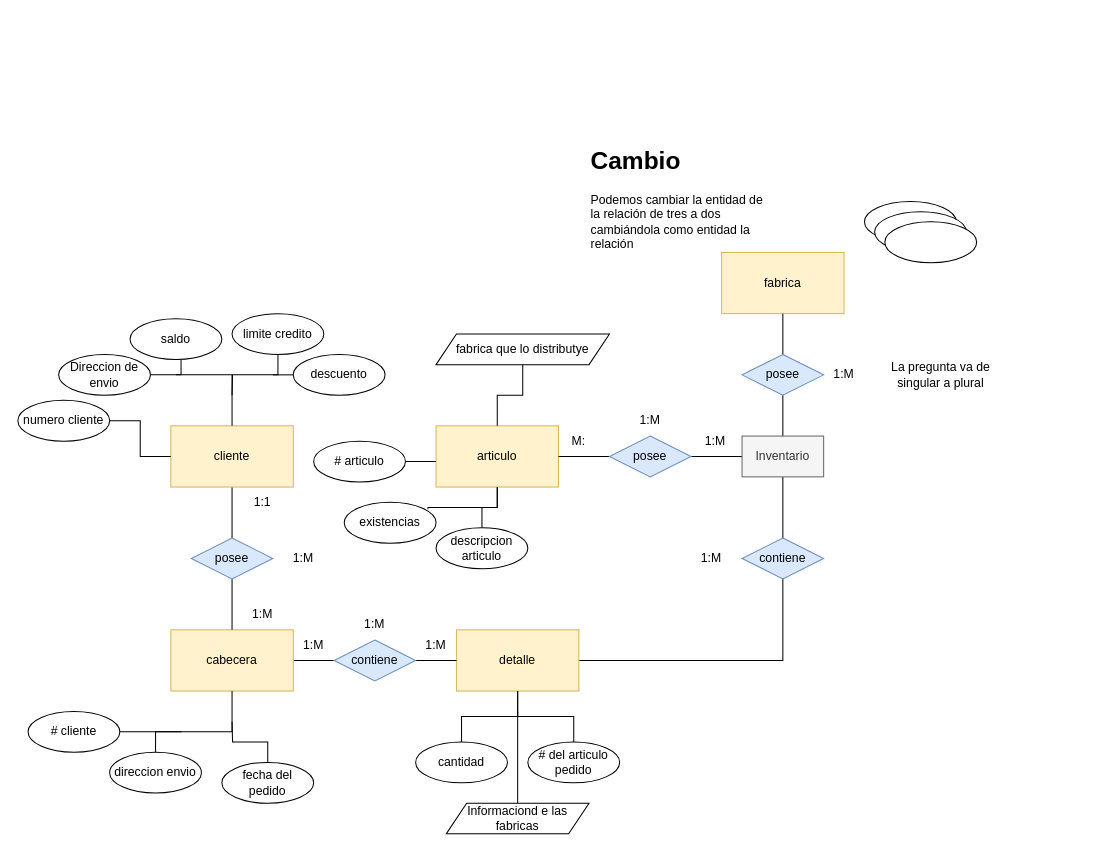
Mundrack/Base-de-datos keeps this draw.io diagram as Empresaejercicio1.drawio. Above is the earlier version. Source tidied: cells renumbered, new cells numbered last; positions are measured from the earlier drawing's top-left corner, leaving out a move shared by most shapes. Both pictures are drawn from the tidied source at 102%, with x=0, y=0 at pixel (17, 140).
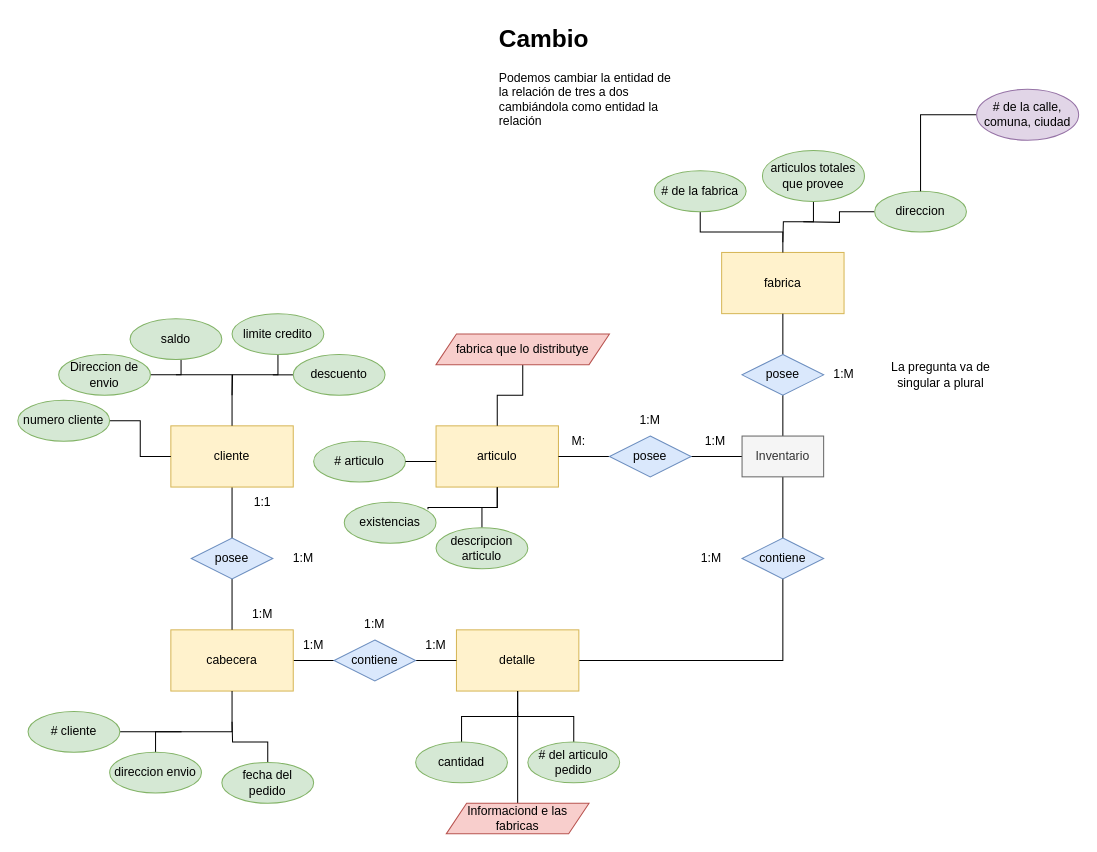
Above is the later version.

The change refers to these unchanged cells:
```xml
<mxCell id="4" value="fabrica" style="rounded=0;whiteSpace=wrap;html=1;fillColor=#fff2cc;strokeColor=#d6b656;" parent="1" vertex="1">
  <mxGeometry x="690" y="110" width="120" height="60" as="geometry" />
</mxCell>
```

The edit, as a diff of the source:
```diff
@@
-    <mxCell id="26" value="limite credito" style="ellipse;whiteSpace=wrap;html=1;" parent="1" vertex="1">
+    <mxCell id="26" value="limite credito" style="ellipse;whiteSpace=wrap;html=1;fillColor=#d5e8d4;strokeColor=#82b366;" parent="1" vertex="1">
       <mxGeometry x="210" y="170" width="90" height="40" as="geometry" />
     </mxCell>
@@
-    <mxCell id="28" value="saldo" style="ellipse;whiteSpace=wrap;html=1;" parent="1" vertex="1">
+    <mxCell id="28" value="saldo" style="ellipse;whiteSpace=wrap;html=1;fillColor=#d5e8d4;strokeColor=#82b366;" parent="1" vertex="1">
       <mxGeometry x="110" y="175" width="90" height="40" as="geometry" />
     </mxCell>
@@
-    <mxCell id="30" value="Direccion de envio" style="ellipse;whiteSpace=wrap;html=1;" parent="1" vertex="1">
+    <mxCell id="30" value="Direccion de envio" style="ellipse;whiteSpace=wrap;html=1;fillColor=#d5e8d4;strokeColor=#82b366;" parent="1" vertex="1">
       <mxGeometry x="40" y="210" width="90" height="40" as="geometry" />
     </mxCell>
@@
-    <mxCell id="32" value="numero cliente" style="ellipse;whiteSpace=wrap;html=1;" parent="1" vertex="1">
+    <mxCell id="32" value="numero cliente" style="ellipse;whiteSpace=wrap;html=1;fillColor=#d5e8d4;strokeColor=#82b366;" parent="1" vertex="1">
       <mxGeometry y="255" width="90" height="40" as="geometry" />
     </mxCell>
-    <mxCell id="33" value="# articulo" style="ellipse;whiteSpace=wrap;html=1;" parent="1" vertex="1">
+    <mxCell id="33" value="# articulo" style="ellipse;whiteSpace=wrap;html=1;fillColor=#d5e8d4;strokeColor=#82b366;" parent="1" vertex="1">
       <mxGeometry x="290" y="295" width="90" height="40" as="geometry" />
     </mxCell>
-    <mxCell id="34" value="existencias" style="ellipse;whiteSpace=wrap;html=1;" parent="1" vertex="1">
+    <mxCell id="34" value="existencias" style="ellipse;whiteSpace=wrap;html=1;fillColor=#d5e8d4;strokeColor=#82b366;" parent="1" vertex="1">
       <mxGeometry x="320" y="355" width="90" height="40" as="geometry" />
     </mxCell>
-    <mxCell id="35" value="descripcion articulo" style="ellipse;whiteSpace=wrap;html=1;" parent="1" vertex="1">
+    <mxCell id="35" value="descripcion articulo" style="ellipse;whiteSpace=wrap;html=1;fillColor=#d5e8d4;strokeColor=#82b366;" parent="1" vertex="1">
       <mxGeometry x="410" y="380" width="90" height="40" as="geometry" />
     </mxCell>
@@
-    <mxCell id="37" value="# cliente" style="ellipse;whiteSpace=wrap;html=1;" parent="1" vertex="1">
+    <mxCell id="37" value="# cliente" style="ellipse;whiteSpace=wrap;html=1;fillColor=#d5e8d4;strokeColor=#82b366;" parent="1" vertex="1">
       <mxGeometry x="10" y="560" width="90" height="40" as="geometry" />
     </mxCell>
@@
-    <mxCell id="39" value="direccion envio" style="ellipse;whiteSpace=wrap;html=1;" parent="1" vertex="1">
+    <mxCell id="39" value="direccion envio" style="ellipse;whiteSpace=wrap;html=1;fillColor=#d5e8d4;strokeColor=#82b366;" parent="1" vertex="1">
       <mxGeometry x="90" y="600" width="90" height="40" as="geometry" />
     </mxCell>
@@
-    <mxCell id="41" value="fecha del pedido" style="ellipse;whiteSpace=wrap;html=1;" parent="1" vertex="1">
+    <mxCell id="41" value="fecha del pedido" style="ellipse;whiteSpace=wrap;html=1;fillColor=#d5e8d4;strokeColor=#82b366;" parent="1" vertex="1">
       <mxGeometry x="200" y="610" width="90" height="40" as="geometry" />
     </mxCell>
+    <mxCell id="67" style="edgeStyle=orthogonalEdgeStyle;rounded=0;jettySize=auto;html=1;endArrow=none;endFill=0;" parent="1" edge="1" source="42">
+      <mxGeometry relative="1" as="geometry">
+        <mxPoint x="770" y="80" as="targetPoint" />
+      </mxGeometry>
+    </mxCell>
-    <mxCell id="42" style="ellipse;whiteSpace=wrap;html=1;" parent="1" vertex="1">
-      <mxGeometry x="830" y="60" width="90" height="40" as="geometry" />
+    <mxCell id="42" value="direccion" style="ellipse;whiteSpace=wrap;html=1;fillColor=#d5e8d4;strokeColor=#82b366;" parent="1" vertex="1">
+      <mxGeometry x="840" y="50" width="90" height="40" as="geometry" />
     </mxCell>
     <mxCell id="43" value="&lt;h1 style=&quot;margin-top: 0px;&quot;&gt;&lt;span style=&quot;background-color: initial;&quot;&gt;Cambio&lt;/span&gt;&lt;br&gt;&lt;/h1&gt;&lt;div&gt;&lt;span style=&quot;background-color: initial;&quot;&gt;Podemos cambiar la entidad de la relación de tres a dos&amp;nbsp;&lt;/span&gt;&lt;/div&gt;&lt;div&gt;&lt;span style=&quot;background-color: initial;&quot;&gt;cambiándola como entidad la relación&lt;/span&gt;&lt;/div&gt;&lt;div&gt;&lt;span style=&quot;background-color: initial;&quot;&gt;&lt;br&gt;&lt;/span&gt;&lt;/div&gt;" style="text;html=1;whiteSpace=wrap;overflow=hidden;rounded=0;" parent="1" vertex="1">
-      <mxGeometry x="560" width="180" height="120" as="geometry" />
+      <mxGeometry x="470" y="-120" width="180" height="120" as="geometry" />
     </mxCell>
@@
+    <mxCell id="68" style="edgeStyle=orthogonalEdgeStyle;rounded=0;jettySize=auto;html=1;endArrow=none;endFill=0;" parent="1" edge="1" source="52">
+      <mxGeometry relative="1" as="geometry">
+        <mxPoint x="750" y="100" as="targetPoint" />
+      </mxGeometry>
+    </mxCell>
-    <mxCell id="52" style="ellipse;whiteSpace=wrap;html=1;" parent="1" vertex="1">
-      <mxGeometry x="840" y="70" width="90" height="40" as="geometry" />
+    <mxCell id="52" value="articulos totales que provee" style="ellipse;whiteSpace=wrap;html=1;fillColor=#d5e8d4;strokeColor=#82b366;" parent="1" vertex="1">
+      <mxGeometry x="730" y="10" width="100" height="50" as="geometry" />
     </mxCell>
+    <mxCell id="69" style="edgeStyle=orthogonalEdgeStyle;rounded=0;jettySize=auto;html=1;endArrow=none;endFill=0;" parent="1" edge="1" source="53" target="4">
+      <mxGeometry relative="1" as="geometry" />
+    </mxCell>
-    <mxCell id="53" style="ellipse;whiteSpace=wrap;html=1;" parent="1" vertex="1">
-      <mxGeometry x="850" y="80" width="90" height="40" as="geometry" />
+    <mxCell id="53" value="# de la fabrica" style="ellipse;whiteSpace=wrap;html=1;fillColor=#d5e8d4;strokeColor=#82b366;" parent="1" vertex="1">
+      <mxGeometry x="624" y="30" width="90" height="40" as="geometry" />
     </mxCell>
@@
-    <mxCell id="56" value="descuento" style="ellipse;whiteSpace=wrap;html=1;" parent="1" vertex="1">
+    <mxCell id="56" value="descuento" style="ellipse;whiteSpace=wrap;html=1;fillColor=#d5e8d4;strokeColor=#82b366;" parent="1" vertex="1">
       <mxGeometry x="270" y="210" width="90" height="40" as="geometry" />
     </mxCell>
@@
-    <mxCell id="60" value="cantidad" style="ellipse;whiteSpace=wrap;html=1;" parent="1" vertex="1">
+    <mxCell id="60" value="cantidad" style="ellipse;whiteSpace=wrap;html=1;fillColor=#d5e8d4;strokeColor=#82b366;" parent="1" vertex="1">
       <mxGeometry x="390" y="590" width="90" height="40" as="geometry" />
     </mxCell>
@@
-    <mxCell id="62" value="# del articulo pedido" style="ellipse;whiteSpace=wrap;html=1;" parent="1" vertex="1">
+    <mxCell id="62" value="# del articulo pedido" style="ellipse;whiteSpace=wrap;html=1;fillColor=#d5e8d4;strokeColor=#82b366;" parent="1" vertex="1">
       <mxGeometry x="500" y="590" width="90" height="40" as="geometry" />
     </mxCell>
@@
-    <mxCell id="64" value="Informaciond e las fabricas" style="shape=parallelogram;perimeter=parallelogramPerimeter;whiteSpace=wrap;html=1;fixedSize=1;" parent="1" vertex="1">
+    <mxCell id="64" value="Informaciond e las fabricas" style="shape=parallelogram;perimeter=parallelogramPerimeter;whiteSpace=wrap;html=1;fixedSize=1;fillColor=#f8cecc;strokeColor=#b85450;" parent="1" vertex="1">
       <mxGeometry x="420" y="650" width="140" height="30" as="geometry" />
     </mxCell>
@@
-    <mxCell id="66" value="fabrica que lo distributye" style="shape=parallelogram;perimeter=parallelogramPerimeter;whiteSpace=wrap;html=1;fixedSize=1;" parent="1" vertex="1">
+    <mxCell id="66" value="fabrica que lo distributye" style="shape=parallelogram;perimeter=parallelogramPerimeter;whiteSpace=wrap;html=1;fixedSize=1;fillColor=#f8cecc;strokeColor=#b85450;" parent="1" vertex="1">
       <mxGeometry x="410" y="190" width="170" height="30" as="geometry" />
     </mxCell>
+    <mxCell id="70" style="edgeStyle=orthogonalEdgeStyle;rounded=0;jettySize=auto;html=1;endArrow=none;endFill=0;" parent="1" edge="1" source="71" target="42">
+      <mxGeometry relative="1" as="geometry" />
+    </mxCell>
+    <mxCell id="71" value="# de la calle, comuna, ciudad" style="ellipse;whiteSpace=wrap;html=1;fillColor=#e1d5e7;strokeColor=#9673a6;" parent="1" vertex="1">
+      <mxGeometry x="940" y="-50" width="100" height="50" as="geometry" />
+    </mxCell>
```
